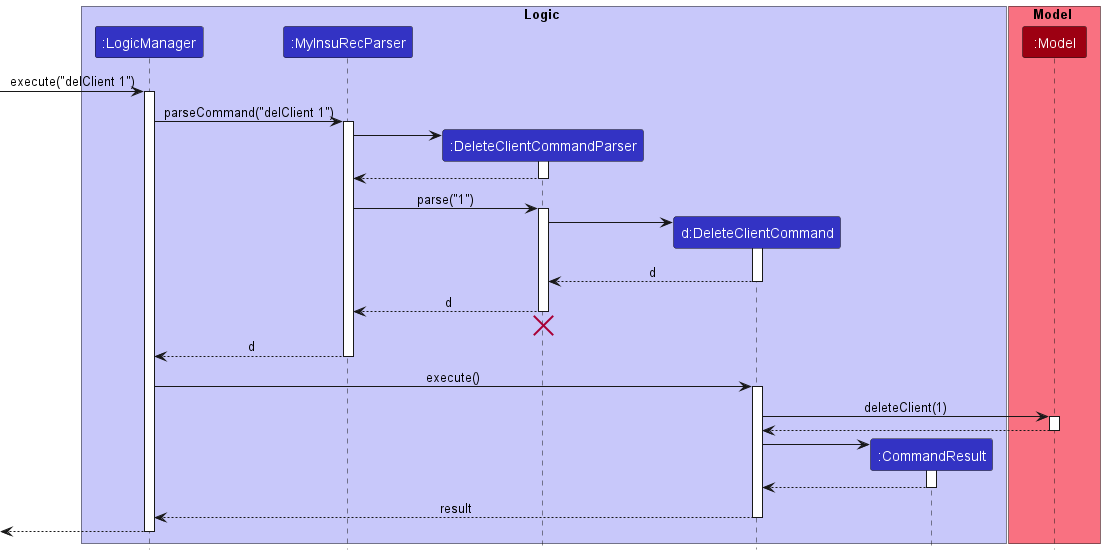
Earlier version of the PlantUML export docs/images/DeleteMeetingSequenceDiagram.png (nus-cs2103-AY2223S1/tp).
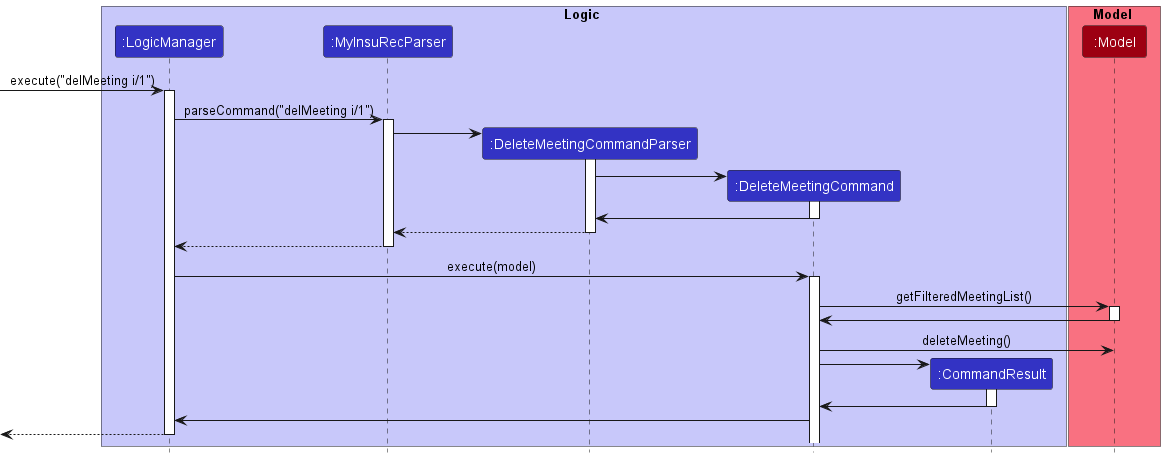
Later version of the same file.

The edit, as a diff of the source:
```diff
@@ -4,64 +4,57 @@
 box Logic LOGIC_COLOR_T1
 participant ":LogicManager" as LogicManager LOGIC_COLOR
 participant ":MyInsuRecParser" as MyInsuRecParser LOGIC_COLOR
-participant ":DeleteClientCommandParser" as DeleteClientCommandParser LOGIC_COLOR
-participant "d:DeleteClientCommand" as DeleteClientCommand LOGIC_COLOR
+participant ":DeleteMeetingCommandParser" as DeleteMeetingCommandParser LOGIC_COLOR
+participant ":DeleteMeetingCommand" as DeleteMeetingCommand LOGIC_COLOR
 participant ":CommandResult" as CommandResult LOGIC_COLOR
 end box
 
 box Model MODEL_COLOR_T1
 participant ":Model" as Model MODEL_COLOR
 end box
-
-[-> LogicManager : execute("delClient 1")
+[-> LogicManager : execute("delMeeting i/1")
 activate LogicManager
 
-LogicManager -> MyInsuRecParser : parseCommand("delClient 1")
+LogicManager -> MyInsuRecParser : parseCommand("delMeeting i/1")
 activate MyInsuRecParser
 
-create DeleteClientCommandParser
-MyInsuRecParser -> DeleteClientCommandParser
-activate DeleteClientCommandParser
+create DeleteMeetingCommandParser
+MyInsuRecParser -> DeleteMeetingCommandParser
+activate DeleteMeetingCommandParser
 
-DeleteClientCommandParser --> MyInsuRecParser
-deactivate DeleteClientCommandParser
+create DeleteMeetingCommand
+DeleteMeetingCommandParser -> DeleteMeetingCommand
+activate DeleteMeetingCommand
 
-MyInsuRecParser -> DeleteClientCommandParser : parse("1")
-activate DeleteClientCommandParser
+DeleteMeetingCommand -> DeleteMeetingCommandParser
+deactivate DeleteMeetingCommand
 
-create DeleteClientCommand
-DeleteClientCommandParser -> DeleteClientCommand
-activate DeleteClientCommand
+DeleteMeetingCommandParser --> MyInsuRecParser
+deactivate DeleteMeetingCommandParser
 
-DeleteClientCommand --> DeleteClientCommandParser : d
-deactivate DeleteClientCommand
-
-DeleteClientCommandParser --> MyInsuRecParser : d
-deactivate DeleteClientCommandParser
-DeleteClientCommandParser -[hidden]-> MyInsuRecParser
-destroy DeleteClientCommandParser
-
-MyInsuRecParser --> LogicManager : d
+MyInsuRecParser --> LogicManager
 deactivate MyInsuRecParser
 
-LogicManager -> DeleteClientCommand : execute()
-activate DeleteClientCommand
+LogicManager -> DeleteMeetingCommand : execute(model)
+activate DeleteMeetingCommand
 
-DeleteClientCommand -> Model : deleteClient(1)
+DeleteMeetingCommand -> Model : getFilteredMeetingList()
 activate Model
 
-Model --> DeleteClientCommand
+Model -> DeleteMeetingCommand
 deactivate Model
 
+DeleteMeetingCommand -> Model : deleteMeeting()
+
 create CommandResult
-DeleteClientCommand -> CommandResult
+DeleteMeetingCommand -> CommandResult
 activate CommandResult
 
-CommandResult --> DeleteClientCommand
+CommandResult -> DeleteMeetingCommand
 deactivate CommandResult
 
-DeleteClientCommand --> LogicManager : result
-deactivate DeleteClientCommand
+DeleteMeetingCommand -> LogicManager
+
 
 [<--LogicManager
 deactivate LogicManager
```
